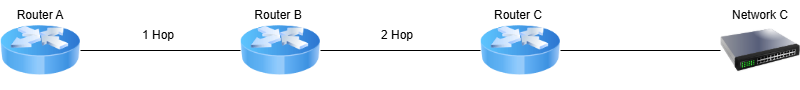
amstos/ImGun-Network-with.Cisco keeps this draw.io diagram as 05.Router/RIP Routing/Image/rip_hop.png. Above is the earlier version. Source tidied: cells renumbered, new cells last; positions are measured from the earlier drawing's top-left corner, leaving out a move shared by most shapes.
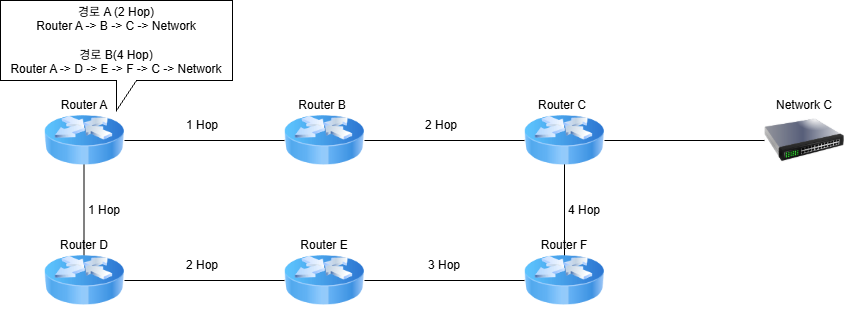
The same diagram one commit later.

Diff of the diagram source:
```diff
@@ -5,9 +5,6 @@
     <mxCell id="2" style="edgeStyle=orthogonalEdgeStyle;rounded=0;jettySize=auto;html=1;entryX=0;entryY=0.5;entryDx=0;entryDy=0;startArrow=none;startFill=0;endArrow=none;endFill=0;" parent="1" edge="1" source="3" target="5">
       <mxGeometry relative="1" as="geometry" />
     </mxCell>
-    <mxCell id="3" style="image;html=1;image=img/lib/clip_art/networking/Router_Icon_128x128.png;" parent="1" vertex="1">
-      <mxGeometry y="10" width="80" height="80" as="geometry" />
-    </mxCell>
     <mxCell id="4" style="edgeStyle=orthogonalEdgeStyle;rounded=0;jettySize=auto;html=1;entryX=0;entryY=0.5;entryDx=0;entryDy=0;startArrow=none;startFill=0;endArrow=none;endFill=0;" parent="1" edge="1" source="5" target="7">
       <mxGeometry relative="1" as="geometry" />
     </mxCell>
@@ -17,9 +14,6 @@
     <mxCell id="6" style="edgeStyle=orthogonalEdgeStyle;rounded=0;jettySize=auto;html=1;entryX=0;entryY=0.5;entryDx=0;entryDy=0;startArrow=none;startFill=0;endArrow=none;endFill=0;" parent="1" edge="1" source="7" target="8">
       <mxGeometry relative="1" as="geometry" />
     </mxCell>
-    <mxCell id="7" style="image;html=1;image=img/lib/clip_art/networking/Router_Icon_128x128.png;" parent="1" vertex="1">
-      <mxGeometry x="480" y="10" width="80" height="80" as="geometry" />
-    </mxCell>
     <mxCell id="8" style="image;html=1;image=img/lib/clip_art/networking/Switch_128x128.png;" parent="1" vertex="1">
       <mxGeometry x="720" y="10" width="80" height="80" as="geometry" />
     </mxCell>
@@ -41,5 +35,62 @@
     <mxCell id="14" value="1 Hop" style="text;html=1;whiteSpace=wrap;strokeColor=none;fillColor=none;align=center;verticalAlign=middle;rounded=0;" parent="1" vertex="1">
       <mxGeometry x="128" y="20" width="60" height="30" as="geometry" />
     </mxCell>
+    <mxCell id="15" style="edgeStyle=orthogonalEdgeStyle;rounded=0;jettySize=auto;html=1;entryX=0;entryY=0.5;entryDx=0;entryDy=0;endArrow=none;endFill=0;" parent="1" edge="1" source="16" target="20">
+      <mxGeometry relative="1" as="geometry" />
+    </mxCell>
+    <mxCell id="16" style="image;html=1;image=img/lib/clip_art/networking/Router_Icon_128x128.png;" parent="1" vertex="1">
+      <mxGeometry x="240" y="150" width="80" height="80" as="geometry" />
+    </mxCell>
+    <mxCell id="17" style="edgeStyle=orthogonalEdgeStyle;rounded=0;jettySize=auto;html=1;entryX=0;entryY=0.5;entryDx=0;entryDy=0;startArrow=none;startFill=0;endArrow=none;endFill=0;" parent="1" edge="1" source="21" target="16">
+      <mxGeometry relative="1" as="geometry" />
+    </mxCell>
+    <mxCell id="18" style="endArrow=none;html=1;rounded=0;" parent="1" edge="1">
+      <mxGeometry relative="1" as="geometry">
+        <mxPoint x="39.5" y="180" as="sourcePoint" />
+        <mxPoint x="39.5" y="60" as="targetPoint" />
+      </mxGeometry>
+    </mxCell>
+    <mxCell id="19" style="endArrow=none;html=1;rounded=0;" parent="1" edge="1">
+      <mxGeometry relative="1" as="geometry">
+        <mxPoint x="520" y="190" as="sourcePoint" />
+        <mxPoint x="520" y="70" as="targetPoint" />
+      </mxGeometry>
+    </mxCell>
+    <mxCell id="20" style="image;html=1;image=img/lib/clip_art/networking/Router_Icon_128x128.png;" parent="1" vertex="1">
+      <mxGeometry x="480" y="150" width="80" height="80" as="geometry" />
+    </mxCell>
+    <mxCell id="7" style="image;html=1;image=img/lib/clip_art/networking/Router_Icon_128x128.png;" parent="1" vertex="1">
+      <mxGeometry x="480" y="10" width="80" height="80" as="geometry" />
+    </mxCell>
+    <mxCell id="3" style="image;html=1;image=img/lib/clip_art/networking/Router_Icon_128x128.png;" parent="1" vertex="1">
+      <mxGeometry y="10" width="80" height="80" as="geometry" />
+    </mxCell>
+    <mxCell id="21" style="image;html=1;image=img/lib/clip_art/networking/Router_Icon_128x128.png;" parent="1" vertex="1">
+      <mxGeometry y="150" width="80" height="80" as="geometry" />
+    </mxCell>
+    <mxCell id="22" value="Router E" style="text;html=1;whiteSpace=wrap;strokeColor=none;fillColor=none;align=center;verticalAlign=middle;rounded=0;" parent="1" vertex="1">
+      <mxGeometry x="245" y="140" width="70" height="30" as="geometry" />
+    </mxCell>
+    <mxCell id="23" value="Router D" style="text;html=1;whiteSpace=wrap;strokeColor=none;fillColor=none;align=center;verticalAlign=middle;rounded=0;" parent="1" vertex="1">
+      <mxGeometry x="5" y="140" width="70" height="30" as="geometry" />
+    </mxCell>
+    <mxCell id="24" value="Router F" style="text;html=1;whiteSpace=wrap;strokeColor=none;fillColor=none;align=center;verticalAlign=middle;rounded=0;" parent="1" vertex="1">
+      <mxGeometry x="485" y="140" width="70" height="30" as="geometry" />
+    </mxCell>
+    <mxCell id="25" value="1 Hop" style="text;html=1;whiteSpace=wrap;strokeColor=none;fillColor=none;align=center;verticalAlign=middle;rounded=0;" parent="1" vertex="1">
+      <mxGeometry x="30" y="105" width="60" height="30" as="geometry" />
+    </mxCell>
+    <mxCell id="26" value="2 Hop" style="text;html=1;whiteSpace=wrap;strokeColor=none;fillColor=none;align=center;verticalAlign=middle;rounded=0;" parent="1" vertex="1">
+      <mxGeometry x="128" y="160" width="60" height="30" as="geometry" />
+    </mxCell>
+    <mxCell id="27" value="3 Hop" style="text;html=1;whiteSpace=wrap;strokeColor=none;fillColor=none;align=center;verticalAlign=middle;rounded=0;" parent="1" vertex="1">
+      <mxGeometry x="370" y="160" width="60" height="30" as="geometry" />
+    </mxCell>
+    <mxCell id="28" value="4 Hop" style="text;html=1;whiteSpace=wrap;strokeColor=none;fillColor=none;align=center;verticalAlign=middle;rounded=0;" parent="1" vertex="1">
+      <mxGeometry x="510" y="105" width="60" height="30" as="geometry" />
+    </mxCell>
+    <mxCell id="29" value="경로 A (2 Hop)&lt;div&gt;Router A -&amp;gt; B -&amp;gt; C -&amp;gt; Network&lt;/div&gt;&lt;div&gt;&lt;br&gt;&lt;/div&gt;&lt;div&gt;&lt;div&gt;경로 B(&lt;span style=&quot;background-color: transparent; color: light-dark(rgb(0, 0, 0), rgb(255, 255, 255));&quot;&gt;4 Hop)&lt;/span&gt;&lt;/div&gt;&lt;/div&gt;&lt;div&gt;Router A -&amp;gt; D -&amp;gt; E -&amp;gt; F -&amp;gt; C -&amp;gt; Network&lt;/div&gt;" style="shape=callout;whiteSpace=wrap;html=1;perimeter=calloutPerimeter;" parent="1" vertex="1">
+      <mxGeometry x="-44" y="-90" width="232" height="110" as="geometry" />
+    </mxCell>
   </root>
 </mxGraphModel>
```
